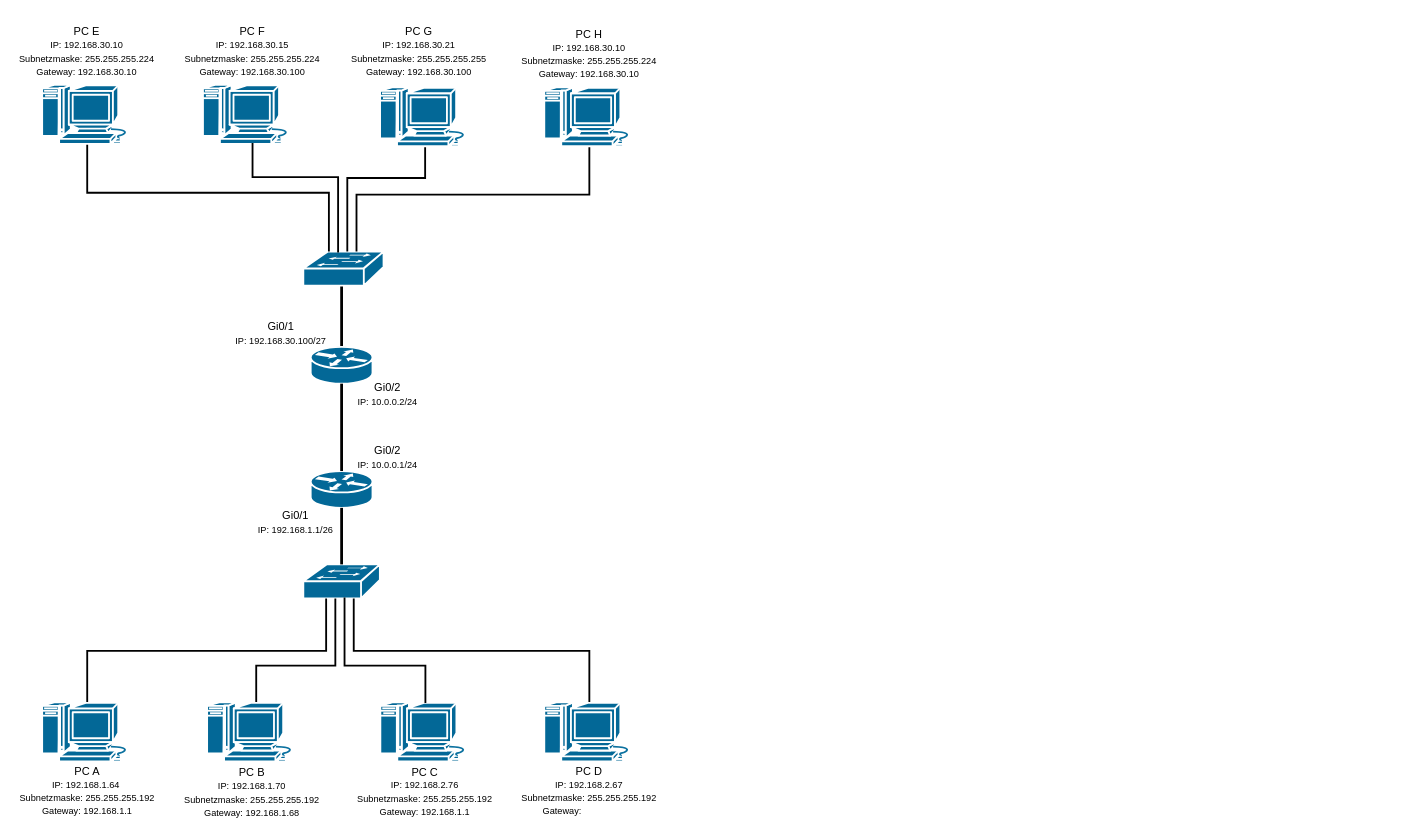
PLAD26/-MAC-Tabellen-und-Switching- keeps this draw.io diagram as Fehler Schicht 3.drawio. Above is the earlier version. Source tidied: cells renumbered, new cells numbered last; positions are measured from the earlier drawing's top-left corner, leaving out a move shared by most shapes. Both pictures are drawn from the tidied source at 92%, with x=0, y=0 at pixel (16, 21).
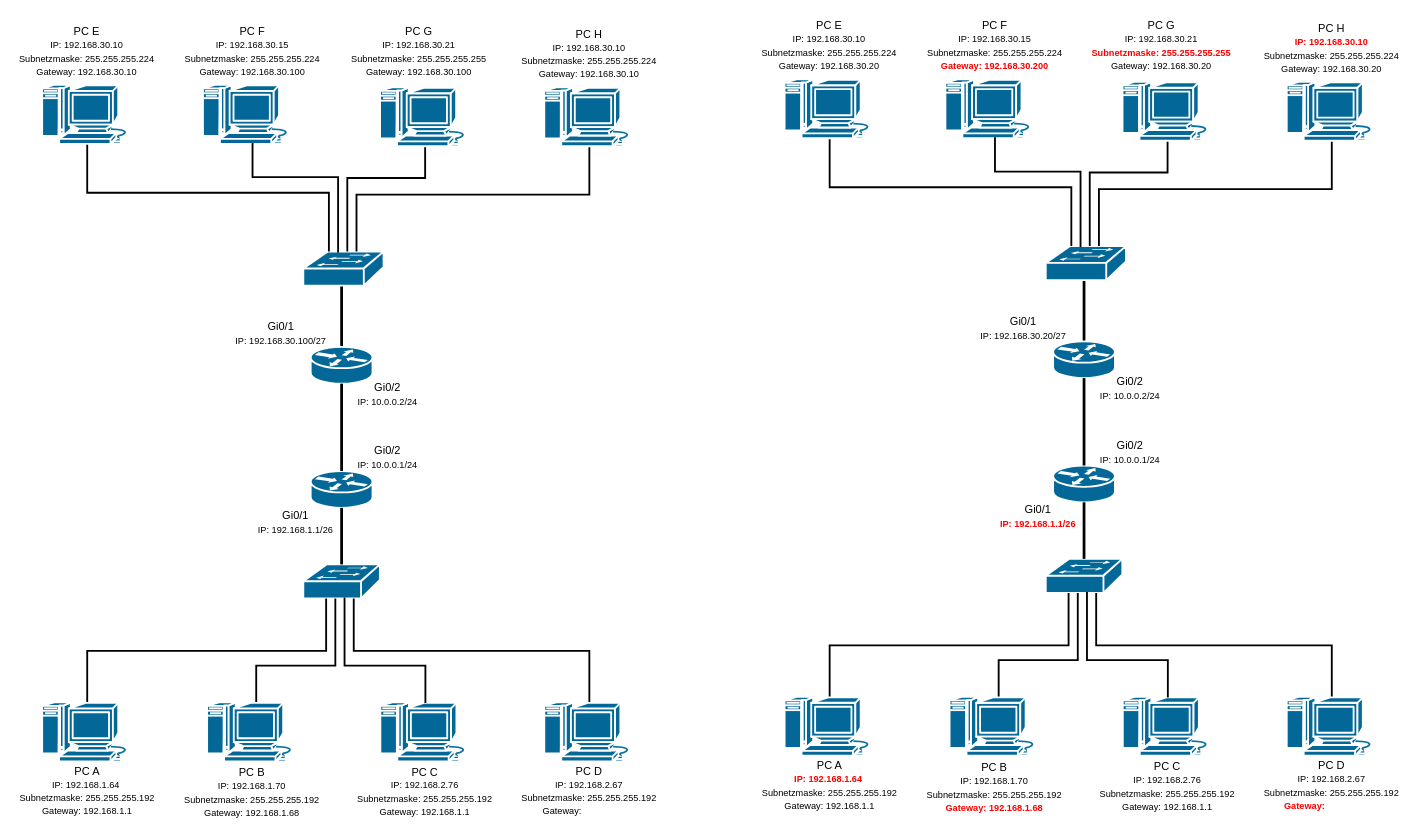
Above is the later version.

Change to the diagram source:
```diff
@@
+    <mxCell id="37" style="strokeColor=#ffffff;sketch=0;html=1;dashed=0;fillColor=#036897;strokeWidth=2;verticalLabelPosition=bottom;verticalAlign=top;align=center;outlineConnect=0;shape=mxgraph.cisco.routers.router;" parent="1" vertex="1">
+      <mxGeometry x="1127.2" y="482.5" width="67.2" height="40" as="geometry" />
+    </mxCell>
+    <mxCell id="38" style="strokeColor=#ffffff;sketch=0;html=1;dashed=0;fillColor=#036897;strokeWidth=2;verticalLabelPosition=bottom;verticalAlign=top;align=center;outlineConnect=0;shape=mxgraph.cisco.switches.workgroup_switch;" parent="1" vertex="1">
+      <mxGeometry x="1119.2" y="584" width="83.2" height="37" as="geometry" />
+    </mxCell>
+    <mxCell id="39" style="edgeStyle=orthogonalEdgeStyle;rounded=0;jettySize=auto;html=1;exitX=0.5;exitY=0.01;exitDx=0;exitDy=0;exitPerimeter=0;endArrow=none;endFill=0;strokeWidth=2;" parent="1" edge="1" source="40" target="38">
+      <mxGeometry relative="1" as="geometry">
+        <Array as="points">
+          <mxPoint x="884" y="678" />
+          <mxPoint x="1144" y="678" />
+        </Array>
+      </mxGeometry>
+    </mxCell>
+    <mxCell id="40" style="sketch=0;html=1;dashed=0;fillColor=#036897;strokeColor=#ffffff;strokeWidth=2;verticalLabelPosition=bottom;verticalAlign=top;align=center;outlineConnect=0;shape=mxgraph.cisco.computers_and_peripherals.macintosh;" parent="1" vertex="1">
+      <mxGeometry x="834.8" y="734" width="99" height="64" as="geometry" />
+    </mxCell>
+    <mxCell id="41" style="edgeStyle=orthogonalEdgeStyle;rounded=0;jettySize=auto;html=1;exitX=0.5;exitY=0.01;exitDx=0;exitDy=0;exitPerimeter=0;endArrow=none;endFill=0;strokeWidth=2;" parent="1" edge="1" target="38">
+      <mxGeometry relative="1" as="geometry">
+        <mxPoint x="1067" y="734.6" as="sourcePoint" />
+        <Array as="points">
+          <mxPoint x="1068" y="735" />
+          <mxPoint x="1068" y="694" />
+          <mxPoint x="1154" y="694" />
+        </Array>
+      </mxGeometry>
+    </mxCell>
+    <mxCell id="42" style="sketch=0;html=1;dashed=0;fillColor=#036897;strokeColor=#ffffff;strokeWidth=2;verticalLabelPosition=bottom;verticalAlign=top;align=center;shape=mxgraph.cisco.computers_and_peripherals.macintosh;" parent="1" vertex="1">
+      <mxGeometry x="1014.1" y="734" width="99" height="64" as="geometry" />
+    </mxCell>
+    <mxCell id="43" style="sketch=0;html=1;dashed=0;fillColor=#036897;strokeColor=#ffffff;strokeWidth=2;verticalLabelPosition=bottom;verticalAlign=top;align=center;outlineConnect=0;shape=mxgraph.cisco.computers_and_peripherals.macintosh;" parent="1" vertex="1">
+      <mxGeometry x="1202.4" y="734" width="99" height="64" as="geometry" />
+    </mxCell>
+    <mxCell id="44" style="edgeStyle=orthogonalEdgeStyle;rounded=0;jettySize=auto;html=1;exitX=0.5;exitY=0.01;exitDx=0;exitDy=0;exitPerimeter=0;endArrow=none;endFill=0;strokeWidth=2;" parent="1" edge="1" source="45" target="38">
+      <mxGeometry relative="1" as="geometry">
+        <Array as="points">
+          <mxPoint x="1430" y="678" />
+          <mxPoint x="1174" y="678" />
+        </Array>
+      </mxGeometry>
+    </mxCell>
+    <mxCell id="45" style="sketch=0;html=1;dashed=0;fillColor=#036897;strokeColor=#ffffff;strokeWidth=2;verticalLabelPosition=bottom;verticalAlign=top;align=center;outlineConnect=0;shape=mxgraph.cisco.computers_and_peripherals.macintosh;" parent="1" vertex="1">
+      <mxGeometry x="1380.6" y="734" width="99" height="64" as="geometry" />
+    </mxCell>
+    <mxCell id="46" value="PC A&lt;div&gt;&lt;font style=&quot;font-size: 10px; color: rgb(255, 0, 0);&quot;&gt;&lt;b&gt;IP: 192.168.1.64&lt;/b&gt;&amp;nbsp;&lt;/font&gt;&lt;/div&gt;&lt;div&gt;&lt;font style=&quot;font-size: 10px;&quot;&gt;Subnetzmaske: 255.255.255.192&lt;/font&gt;&lt;/div&gt;&lt;div&gt;&lt;font style=&quot;font-size: 10px;&quot;&gt;Gateway: 192.168.1.1&lt;/font&gt;&lt;/div&gt;" style="text;html=1;whiteSpace=wrap;strokeColor=none;fillColor=none;align=center;verticalAlign=middle;rounded=0;" parent="1" vertex="1">
+      <mxGeometry x="807" y="801.5" width="154.6" height="56" as="geometry" />
+    </mxCell>
+    <mxCell id="47" value="PC B&lt;div&gt;&lt;font style=&quot;font-size: 10px;&quot;&gt;IP: 192.168.1.70&lt;/font&gt;&lt;/div&gt;&lt;div&gt;&lt;font style=&quot;font-size: 10px;&quot;&gt;&lt;div style=&quot;font-size: 12px;&quot;&gt;&lt;div&gt;&lt;span style=&quot;font-size: 10px; background-color: transparent; color: light-dark(rgb(0, 0, 0), rgb(255, 255, 255));&quot;&gt;Subnetzmaske: 255.255.255.192&lt;/span&gt;&lt;/div&gt;&lt;div&gt;&lt;b style=&quot;color: light-dark(rgb(255, 0, 0), rgb(255, 144, 144)); font-size: 10px; background-color: transparent;&quot;&gt;Gateway: 192.168.1.68&lt;/b&gt;&lt;/div&gt;&lt;/div&gt;&lt;/font&gt;&lt;/div&gt;" style="text;html=1;whiteSpace=wrap;strokeColor=none;fillColor=none;align=center;verticalAlign=middle;rounded=0;" parent="1" vertex="1">
+      <mxGeometry x="979.3" y="800.5" width="168.9" height="63" as="geometry" />
+    </mxCell>
+    <mxCell id="48" value="PC C&lt;div&gt;&lt;font style=&quot;font-size: 10px;&quot;&gt;IP: 192.168.2.76&lt;/font&gt;&lt;/div&gt;&lt;div&gt;&lt;font style=&quot;font-size: 10px;&quot;&gt;&lt;div style=&quot;font-size: 12px;&quot;&gt;&lt;div&gt;&lt;font style=&quot;font-size: 10px;&quot;&gt;Subnetzmaske: 255.255.255.192&lt;/font&gt;&lt;/div&gt;&lt;div&gt;&lt;font style=&quot;font-size: 10px;&quot;&gt;Gateway: 192.168.1.1&lt;/font&gt;&lt;/div&gt;&lt;/div&gt;&lt;/font&gt;&lt;/div&gt;" style="text;html=1;whiteSpace=wrap;strokeColor=none;fillColor=none;align=center;verticalAlign=middle;rounded=0;" parent="1" vertex="1">
+      <mxGeometry x="1164.1" y="799.5" width="175" height="63" as="geometry" />
+    </mxCell>
+    <mxCell id="49" value="Gi0/1&lt;br&gt;&lt;div&gt;&lt;font style=&quot;font-size: 10px; color: rgb(255, 0, 0);&quot;&gt;&lt;b&gt;IP: 192.168.1.1/26&lt;/b&gt;&lt;/font&gt;&lt;/div&gt;" style="text;html=1;whiteSpace=wrap;strokeColor=none;fillColor=none;align=center;verticalAlign=middle;rounded=0;" parent="1" vertex="1">
+      <mxGeometry x="1058.3" y="522.5" width="105.8" height="30" as="geometry" />
+    </mxCell>
+    <mxCell id="50" value="PC D&lt;div&gt;&lt;font style=&quot;font-size: 10px;&quot;&gt;IP: 192.168.2.67&lt;/font&gt;&lt;/div&gt;&lt;div&gt;&lt;font style=&quot;font-size: 10px;&quot;&gt;&lt;div style=&quot;font-size: 12px;&quot;&gt;&lt;div&gt;&lt;font style=&quot;font-size: 10px;&quot;&gt;Subnetzmaske: 255.255.255.192&lt;/font&gt;&lt;/div&gt;&lt;div&gt;&lt;font style=&quot;font-size: 10px; color: rgb(255, 0, 0);&quot;&gt;&lt;b&gt;Gateway:&amp;nbsp; &amp;nbsp; &amp;nbsp; &lt;/b&gt;&amp;nbsp; &amp;nbsp; &amp;nbsp; &amp;nbsp; &amp;nbsp; &amp;nbsp; &amp;nbsp; &amp;nbsp;&lt;/font&gt;&lt;/div&gt;&lt;/div&gt;&lt;/font&gt;&lt;/div&gt;" style="text;html=1;whiteSpace=wrap;strokeColor=none;fillColor=none;align=center;verticalAlign=middle;rounded=0;" parent="1" vertex="1">
+      <mxGeometry x="1353.1" y="798" width="154" height="63" as="geometry" />
+    </mxCell>
+    <mxCell id="51" style="edgeStyle=orthogonalEdgeStyle;rounded=0;jettySize=auto;html=1;exitX=0.5;exitY=0;exitDx=0;exitDy=0;exitPerimeter=0;endArrow=none;endFill=0;strokeWidth=3;" parent="1" edge="1" source="52" target="53">
+      <mxGeometry relative="1" as="geometry">
+        <Array as="points">
+          <mxPoint x="1161" y="294" />
+          <mxPoint x="1161" y="294" />
+        </Array>
+      </mxGeometry>
+    </mxCell>
+    <mxCell id="52" style="strokeColor=#ffffff;sketch=0;html=1;dashed=0;fillColor=#036897;strokeWidth=2;verticalLabelPosition=bottom;verticalAlign=top;align=center;outlineConnect=0;shape=mxgraph.cisco.routers.router;" parent="1" vertex="1">
+      <mxGeometry x="1127.2" y="347.5" width="67.2" height="40" as="geometry" />
+    </mxCell>
+    <mxCell id="53" style="strokeColor=#ffffff;sketch=0;html=1;dashed=0;fillColor=#036897;strokeWidth=2;verticalLabelPosition=bottom;verticalAlign=top;align=center;outlineConnect=0;shape=mxgraph.cisco.switches.workgroup_switch;" parent="1" vertex="1">
+      <mxGeometry x="1119.2" y="244" width="87.2" height="37" as="geometry" />
+    </mxCell>
+    <mxCell id="54" style="edgeStyle=orthogonalEdgeStyle;rounded=0;jettySize=auto;html=1;exitX=0.5;exitY=1;exitDx=0;exitDy=0;exitPerimeter=0;endArrow=none;endFill=0;strokeWidth=2;" parent="1" edge="1" source="55">
+      <mxGeometry relative="1" as="geometry">
+        <mxPoint x="1147" y="244" as="targetPoint" />
+        <Array as="points">
+          <mxPoint x="884" y="180" />
+          <mxPoint x="1147" y="180" />
+        </Array>
+      </mxGeometry>
+    </mxCell>
+    <mxCell id="55" style="sketch=0;html=1;dashed=0;fillColor=#036897;strokeColor=#ffffff;strokeWidth=2;verticalLabelPosition=bottom;verticalAlign=top;align=center;outlineConnect=0;shape=mxgraph.cisco.computers_and_peripherals.macintosh;" parent="1" vertex="1">
+      <mxGeometry x="834.8" y="62.8" width="99" height="64" as="geometry" />
+    </mxCell>
+    <mxCell id="56" style="sketch=0;html=1;dashed=0;fillColor=#036897;strokeColor=#ffffff;strokeWidth=2;verticalLabelPosition=bottom;verticalAlign=top;align=center;shape=mxgraph.cisco.computers_and_peripherals.macintosh;" parent="1" vertex="1">
+      <mxGeometry x="1009.6" y="62.8" width="99" height="64" as="geometry" />
+    </mxCell>
+    <mxCell id="57" style="edgeStyle=orthogonalEdgeStyle;rounded=0;jettySize=auto;html=1;endArrow=none;endFill=0;strokeWidth=2;targetPerimeterSpacing=-1;exitX=0.5;exitY=1;exitDx=0;exitDy=0;exitPerimeter=0;" parent="1" edge="1" target="53">
+      <mxGeometry relative="1" as="geometry">
+        <mxPoint x="1064" y="125.8" as="sourcePoint" />
+        <Array as="points">
+          <mxPoint x="1064" y="163" />
+          <mxPoint x="1157" y="163" />
+        </Array>
+      </mxGeometry>
+    </mxCell>
+    <mxCell id="58" style="edgeStyle=orthogonalEdgeStyle;rounded=0;jettySize=auto;html=1;exitX=0.5;exitY=1;exitDx=0;exitDy=0;exitPerimeter=0;endArrow=none;endFill=0;strokeWidth=2;" parent="1" edge="1" source="59" target="53">
+      <mxGeometry relative="1" as="geometry">
+        <Array as="points">
+          <mxPoint x="1252" y="164" />
+          <mxPoint x="1167" y="164" />
+        </Array>
+      </mxGeometry>
+    </mxCell>
+    <mxCell id="59" style="sketch=0;html=1;dashed=0;fillColor=#036897;strokeColor=#ffffff;strokeWidth=2;verticalLabelPosition=bottom;verticalAlign=top;align=center;outlineConnect=0;shape=mxgraph.cisco.computers_and_peripherals.macintosh;" parent="1" vertex="1">
+      <mxGeometry x="1202.1" y="65.5" width="99" height="64" as="geometry" />
+    </mxCell>
+    <mxCell id="60" style="edgeStyle=orthogonalEdgeStyle;rounded=0;jettySize=auto;html=1;exitX=0.5;exitY=1;exitDx=0;exitDy=0;exitPerimeter=0;endArrow=none;endFill=0;strokeWidth=2;" parent="1" edge="1" source="61" target="53">
+      <mxGeometry relative="1" as="geometry">
+        <Array as="points">
+          <mxPoint x="1430" y="182" />
+          <mxPoint x="1177" y="182" />
+        </Array>
+      </mxGeometry>
+    </mxCell>
+    <mxCell id="61" style="sketch=0;html=1;dashed=0;fillColor=#036897;strokeColor=#ffffff;strokeWidth=2;verticalLabelPosition=bottom;verticalAlign=top;align=center;outlineConnect=0;shape=mxgraph.cisco.computers_and_peripherals.macintosh;" parent="1" vertex="1">
+      <mxGeometry x="1380.6" y="65.5" width="99" height="64" as="geometry" />
+    </mxCell>
+    <mxCell id="62" value="PC E&lt;div&gt;&lt;font style=&quot;font-size: 10px;&quot;&gt;IP: 192.168.30.10&lt;/font&gt;&lt;/div&gt;&lt;div&gt;&lt;font style=&quot;font-size: 10px;&quot;&gt;&lt;div style=&quot;font-size: 12px;&quot;&gt;&lt;div&gt;&lt;font style=&quot;font-size: 10px;&quot;&gt;Subnetzmaske: 255.255.255.224&lt;/font&gt;&lt;/div&gt;&lt;div&gt;&lt;font style=&quot;font-size: 10px;&quot;&gt;Gateway: 192.168.30.20&lt;/font&gt;&lt;/div&gt;&lt;/div&gt;&lt;/font&gt;&lt;/div&gt;" style="text;html=1;whiteSpace=wrap;strokeColor=none;fillColor=none;align=center;verticalAlign=middle;rounded=0;" parent="1" vertex="1">
+      <mxGeometry x="807" y="-6" width="154.2" height="63" as="geometry" />
+    </mxCell>
+    <mxCell id="63" value="PC F&lt;div&gt;&lt;font style=&quot;font-size: 10px;&quot;&gt;IP: 192.168.30.15&lt;/font&gt;&lt;/div&gt;&lt;div&gt;&lt;font style=&quot;font-size: 10px;&quot;&gt;&lt;div style=&quot;font-size: 12px;&quot;&gt;&lt;div&gt;&lt;font style=&quot;font-size: 10px;&quot;&gt;Subnetzmaske: 255.255.255.&lt;/font&gt;&lt;span style=&quot;font-size: 10px; background-color: transparent; color: light-dark(rgb(0, 0, 0), rgb(255, 255, 255));&quot;&gt;224&lt;/span&gt;&lt;/div&gt;&lt;div&gt;&lt;font style=&quot;color: rgb(255, 0, 0);&quot;&gt;&lt;b&gt;&lt;font style=&quot;font-size: 10px;&quot;&gt;Gateway:&amp;nbsp;&lt;/font&gt;&lt;span style=&quot;font-size: 10px; background-color: transparent;&quot;&gt;192.168.30.200&lt;/span&gt;&lt;/b&gt;&lt;/font&gt;&lt;/div&gt;&lt;/div&gt;&lt;/font&gt;&lt;/div&gt;" style="text;html=1;whiteSpace=wrap;strokeColor=none;fillColor=none;align=center;verticalAlign=middle;rounded=0;" parent="1" vertex="1">
+      <mxGeometry x="988.7" y="-0.2" width="149.8" height="51.5" as="geometry" />
+    </mxCell>
+    <mxCell id="64" value="PC G&lt;div&gt;&lt;font style=&quot;font-size: 10px;&quot;&gt;IP: 192.168.30.21&lt;/font&gt;&lt;/div&gt;&lt;div&gt;&lt;font style=&quot;font-size: 10px;&quot;&gt;&lt;div style=&quot;font-size: 12px;&quot;&gt;&lt;div&gt;&lt;font style=&quot;font-size: 10px; color: rgb(255, 0, 0);&quot;&gt;&lt;b&gt;Subnetzmaske: 255.255.255.255&lt;/b&gt;&lt;/font&gt;&lt;/div&gt;&lt;div&gt;&lt;font style=&quot;font-size: 10px;&quot;&gt;Gateway:&amp;nbsp;&lt;/font&gt;&lt;span style=&quot;font-size: 10px; background-color: transparent; color: light-dark(rgb(0, 0, 0), rgb(255, 255, 255));&quot;&gt;192.168.30.20&lt;/span&gt;&lt;/div&gt;&lt;/div&gt;&lt;/font&gt;&lt;/div&gt;" style="text;html=1;whiteSpace=wrap;strokeColor=none;fillColor=none;align=center;verticalAlign=middle;rounded=0;" parent="1" vertex="1">
+      <mxGeometry x="1168" y="-3" width="154" height="57" as="geometry" />
+    </mxCell>
+    <mxCell id="65" value="PC H&lt;div&gt;&lt;font style=&quot;font-size: 10px; color: rgb(255, 0, 0);&quot;&gt;&lt;b&gt;IP: 192.168.30.10&lt;/b&gt;&lt;/font&gt;&lt;/div&gt;&lt;div&gt;&lt;font style=&quot;font-size: 10px;&quot;&gt;&lt;div style=&quot;font-size: 12px;&quot;&gt;&lt;div&gt;&lt;font style=&quot;font-size: 10px;&quot;&gt;Subnetzmaske: 255.255.255.&lt;/font&gt;&lt;span style=&quot;font-size: 10px; background-color: transparent; color: light-dark(rgb(0, 0, 0), rgb(255, 255, 255));&quot;&gt;224&lt;/span&gt;&lt;/div&gt;&lt;div&gt;&lt;font style=&quot;font-size: 10px;&quot;&gt;Gateway:&amp;nbsp;&lt;/font&gt;&lt;span style=&quot;font-size: 10px; background-color: transparent; color: light-dark(rgb(0, 0, 0), rgb(255, 255, 255));&quot;&gt;192.168.30.20&lt;/span&gt;&lt;/div&gt;&lt;/div&gt;&lt;/font&gt;&lt;/div&gt;" style="text;html=1;whiteSpace=wrap;strokeColor=none;fillColor=none;align=center;verticalAlign=middle;rounded=0;" parent="1" vertex="1">
+      <mxGeometry x="1353.1" width="154" height="57" as="geometry" />
+    </mxCell>
+    <mxCell id="66" value="Gi0/1&lt;br&gt;&lt;div&gt;&lt;font style=&quot;font-size: 10px;&quot;&gt;IP: 192.168.30.20/27&lt;/font&gt;&lt;/div&gt;" style="text;html=1;whiteSpace=wrap;strokeColor=none;fillColor=none;align=center;verticalAlign=middle;rounded=0;" parent="1" vertex="1">
+      <mxGeometry x="1042.4" y="317.5" width="105.8" height="30" as="geometry" />
+    </mxCell>
+    <mxCell id="67" value="Gi0/2&lt;br&gt;&lt;div&gt;&lt;font style=&quot;font-size: 10px;&quot;&gt;IP: 10.0.0.1/24&lt;/font&gt;&lt;/div&gt;" style="text;html=1;whiteSpace=wrap;strokeColor=none;fillColor=none;align=center;verticalAlign=middle;rounded=0;" parent="1" vertex="1">
+      <mxGeometry x="1158" y="452.5" width="105.8" height="30" as="geometry" />
+    </mxCell>
+    <mxCell id="68" value="Gi0/2&lt;br&gt;&lt;div&gt;&lt;font style=&quot;font-size: 10px;&quot;&gt;IP: 10.0.0.2/24&lt;/font&gt;&lt;/div&gt;" style="text;html=1;whiteSpace=wrap;strokeColor=none;fillColor=none;align=center;verticalAlign=middle;rounded=0;" parent="1" vertex="1">
+      <mxGeometry x="1158" y="384" width="105.8" height="30" as="geometry" />
+    </mxCell>
+    <mxCell id="69" style="rounded=0;jettySize=auto;html=1;exitX=0.5;exitY=1;exitDx=0;exitDy=0;exitPerimeter=0;entryX=0.5;entryY=0;entryDx=0;entryDy=0;entryPerimeter=0;endArrow=none;endFill=0;strokeWidth=3;strokeColor=#000000;" parent="1" edge="1" source="52" target="37">
+      <mxGeometry relative="1" as="geometry" />
+    </mxCell>
+    <mxCell id="70" style="edgeStyle=orthogonalEdgeStyle;rounded=0;jettySize=auto;html=1;exitX=0.5;exitY=0.01;exitDx=0;exitDy=0;exitPerimeter=0;endArrow=none;endFill=0;strokeWidth=2;" parent="1" edge="1" source="43">
+      <mxGeometry relative="1" as="geometry">
+        <mxPoint x="1164" y="624" as="targetPoint" />
+        <Array as="points">
+          <mxPoint x="1252" y="694" />
+          <mxPoint x="1164" y="694" />
+          <mxPoint x="1164" y="620" />
+        </Array>
+      </mxGeometry>
+    </mxCell>
+    <mxCell id="71" style="edgeStyle=orthogonalEdgeStyle;rounded=0;jettySize=auto;html=1;exitX=0.5;exitY=0;exitDx=0;exitDy=0;exitPerimeter=0;entryX=0.5;entryY=1;entryDx=0;entryDy=0;entryPerimeter=0;endArrow=none;endFill=0;strokeWidth=3;" parent="1" edge="1" source="38" target="37">
+      <mxGeometry relative="1" as="geometry" />
+    </mxCell>
```
